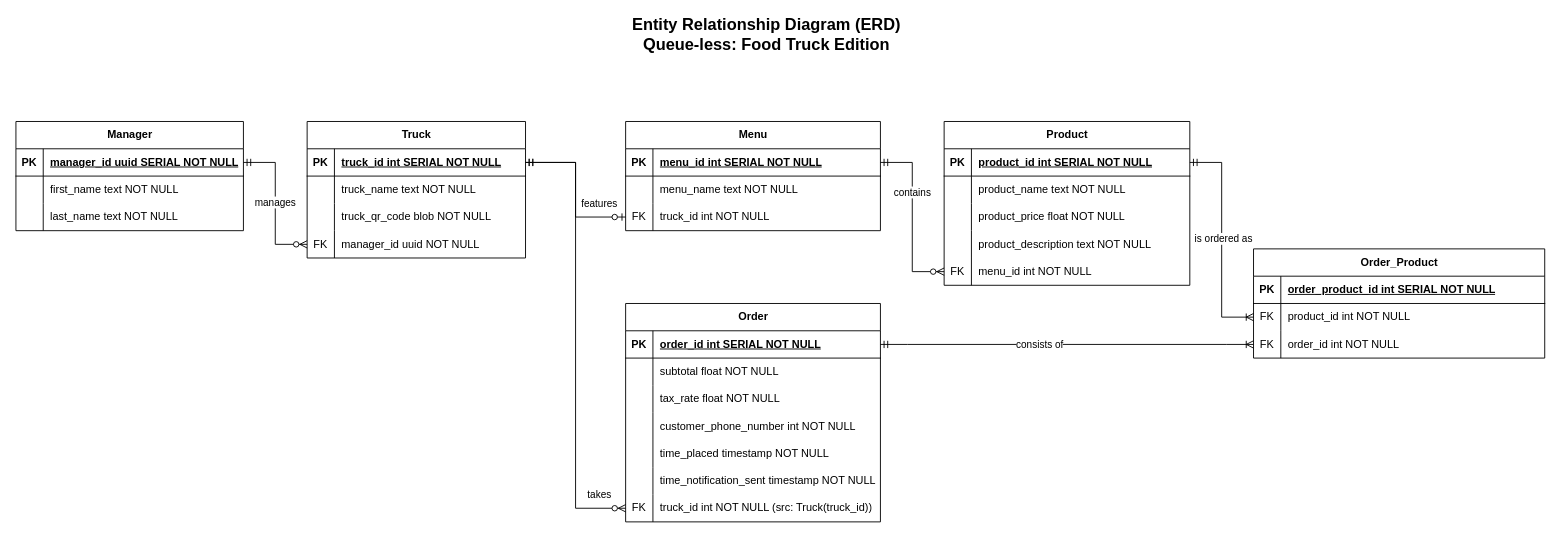
Before: qless/documentation/ERD.drawio in MasonKrause7/qless-host, a draw.io diagram. Source tidied: cells renumbered, new cells numbered last; positions are measured from the earlier drawing's top-left corner, leaving out a move shared by most shapes. Both pictures are drawn from the tidied source at 91%, with x=0, y=0 at pixel (15, 21).
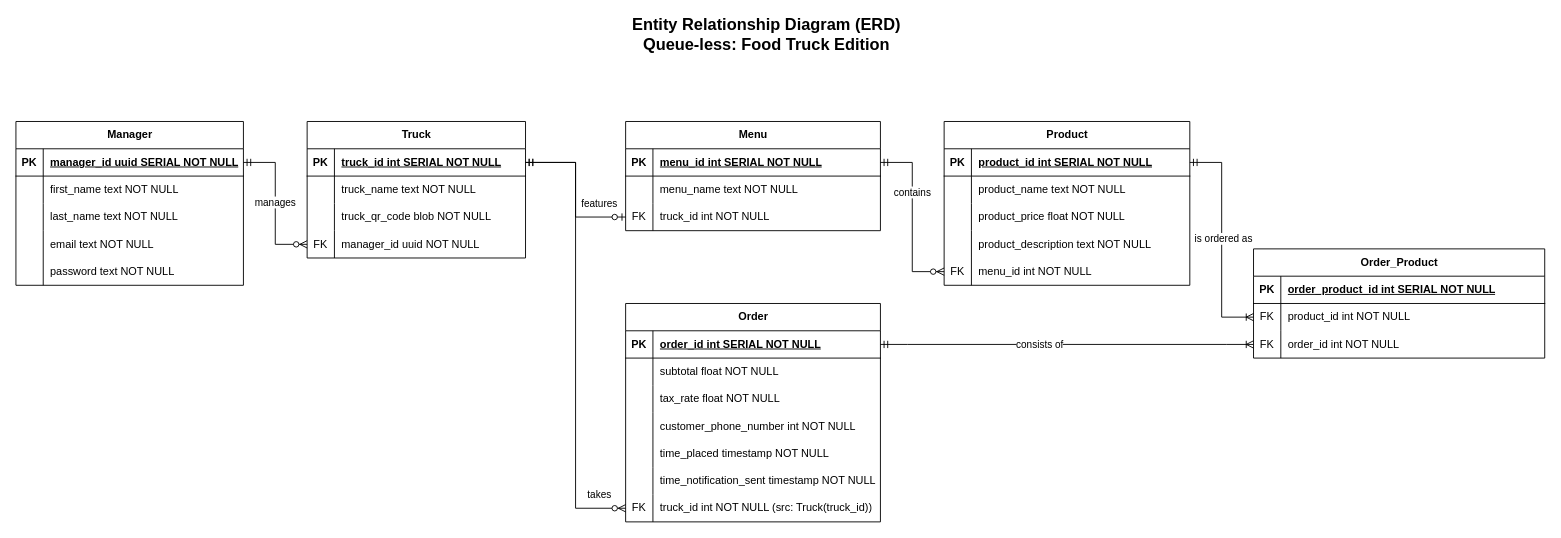
The same diagram, later.

Commit message (it also covers changes not shown here):
added context diagram & dfd0

Change to the diagram source:
```diff
@@
     <mxCell id="15" value="Manager" style="shape=table;startSize=30;childLayout=tableLayout;rowLines=0;fontStyle=1;align=center;html=1;" parent="1" vertex="1">
-      <mxGeometry y="110" width="250" height="120" as="geometry" />
+      <mxGeometry y="110" width="250" height="180" as="geometry" />
     </mxCell>
@@
+    <mxCell id="96" style="shape=tableRow;horizontal=0;startSize=0;swimlaneHead=0;swimlaneBody=0;fillColor=none;top=0;left=0;right=0;bottom=0;" parent="15" vertex="1">
+      <mxGeometry y="120" width="250" height="30" as="geometry" />
+    </mxCell>
+    <mxCell id="97" style="shape=partialRectangle;fillColor=none;top=0;left=0;bottom=0;right=0;overflow=hidden;whiteSpace=wrap;html=1;" parent="96" vertex="1">
+      <mxGeometry width="30" height="30" as="geometry" />
+    </mxCell>
+    <mxCell id="98" value="email text NOT NULL" style="shape=partialRectangle;fillColor=none;top=0;left=0;bottom=0;right=0;align=left;spacingLeft=6;overflow=hidden;whiteSpace=wrap;html=1;" parent="96" vertex="1">
+      <mxGeometry x="30" width="220" height="30" as="geometry" />
+    </mxCell>
+    <mxCell id="99" style="shape=tableRow;horizontal=0;startSize=0;swimlaneHead=0;swimlaneBody=0;fillColor=none;top=0;left=0;right=0;bottom=0;" parent="15" vertex="1">
+      <mxGeometry y="150" width="250" height="30" as="geometry" />
+    </mxCell>
+    <mxCell id="100" style="shape=partialRectangle;fillColor=none;top=0;left=0;bottom=0;right=0;overflow=hidden;whiteSpace=wrap;html=1;" parent="99" vertex="1">
+      <mxGeometry width="30" height="30" as="geometry" />
+    </mxCell>
+    <mxCell id="101" value="password text NOT NULL" style="shape=partialRectangle;fillColor=none;top=0;left=0;bottom=0;right=0;align=left;spacingLeft=6;overflow=hidden;whiteSpace=wrap;html=1;" parent="99" vertex="1">
+      <mxGeometry x="30" width="220" height="30" as="geometry" />
+    </mxCell>
```
